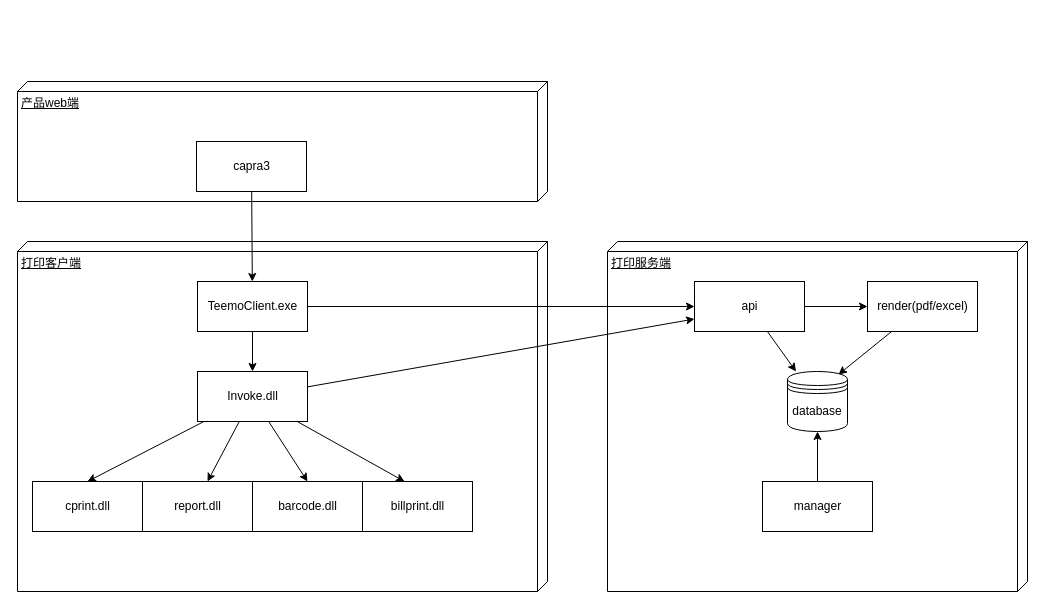
The draw.io diagram page "newprint local" (6 of 8) of teemodesigner.drawio in mashifei/uml, before the edit. Source tidied: cells renumbered, new cells numbered last; positions are measured from the earlier drawing's top-left corner, leaving out a move shared by most shapes. Both pictures are drawn from the tidied source at 100%, with x=0, y=0 at pixel (17, 81).
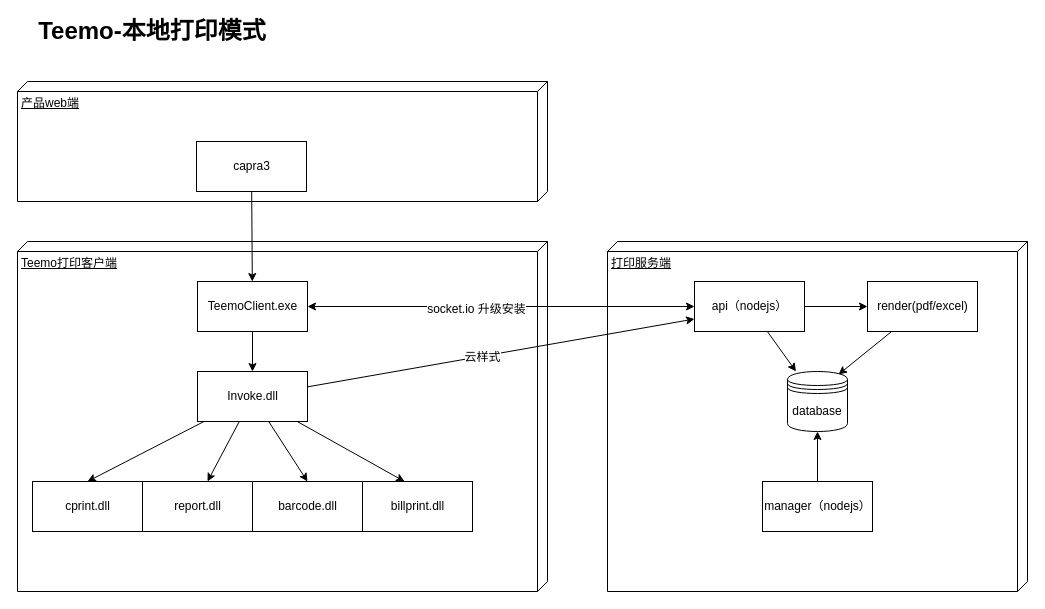
Above is the later version.

Unchanged cells that the change refers to:
```xml
<mxCell id="6" value="TeemoClient.exe" style="html=1;" parent="1" vertex="1">
  <mxGeometry x="180" y="200" width="110" height="50" as="geometry" />
</mxCell>
<mxCell id="11" style="edgeStyle=none;rounded=0;jettySize=auto;html=1;entryX=0;entryY=0.75;entryDx=0;entryDy=0;" parent="1" edge="1" source="12" target="19">
  <mxGeometry relative="1" as="geometry" />
</mxCell>
```

The edit, as a diff of the source:
```diff
@@
-    <mxCell id="3" value="打印客户端" style="verticalAlign=top;align=left;spacingTop=8;spacingLeft=2;spacingRight=12;shape=cube;size=10;direction=south;fontStyle=4;html=1;" parent="1" vertex="1">
+    <mxCell id="3" value="Teemo打印客户端" style="verticalAlign=top;align=left;spacingTop=8;spacingLeft=2;spacingRight=12;shape=cube;size=10;direction=south;fontStyle=4;html=1;" parent="1" vertex="1">
       <mxGeometry y="160" width="530" height="350" as="geometry" />
     </mxCell>
@@
-    <mxCell id="5" style="edgeStyle=none;rounded=0;jettySize=auto;html=1;entryX=0;entryY=0.5;entryDx=0;entryDy=0;" parent="1" edge="1" source="6" target="19">
+    <mxCell id="5" style="edgeStyle=none;rounded=0;jettySize=auto;html=1;entryX=0;entryY=0.5;entryDx=0;entryDy=0;startArrow=classic;startFill=1;" parent="1" edge="1" source="6" target="19">
       <mxGeometry relative="1" as="geometry" />
     </mxCell>
+    <mxCell id="28" value="socket.io 升级安装" style="text;html=1;align=center;verticalAlign=middle;labelBackgroundColor=#ffffff;" parent="5" vertex="1">
+      <mxGeometry x="-0.13" y="-2" relative="1" as="geometry" />
+    </mxCell>
@@
+    <mxCell id="29" value="云样式" style="text;html=1;align=center;verticalAlign=middle;labelBackgroundColor=#ffffff;" parent="11" vertex="1">
+      <mxGeometry x="-0.1" y="-1" relative="1" as="geometry" />
+    </mxCell>
@@
-    <mxCell id="19" value="api" style="html=1;" parent="1" vertex="1">
+    <mxCell id="19" value="api（nodejs）" style="html=1;" parent="1" vertex="1">
       <mxGeometry x="677" y="200" width="110" height="50" as="geometry" />
     </mxCell>
@@
-    <mxCell id="23" value="manager" style="html=1;" parent="1" vertex="1">
+    <mxCell id="23" value="manager（nodejs）" style="html=1;" parent="1" vertex="1">
       <mxGeometry x="745" y="400" width="110" height="50" as="geometry" />
     </mxCell>
@@
+    <mxCell id="30" value="&lt;font style=&quot;font-size: 24px&quot;&gt;&lt;b&gt;Teemo-本地打印模式&lt;/b&gt;&lt;/font&gt;" style="text;html=1;strokeColor=none;fillColor=none;align=center;verticalAlign=middle;whiteSpace=wrap;rounded=0;" parent="1" vertex="1">
+      <mxGeometry x="15" y="-60" width="240" height="20" as="geometry" />
+    </mxCell>
```
